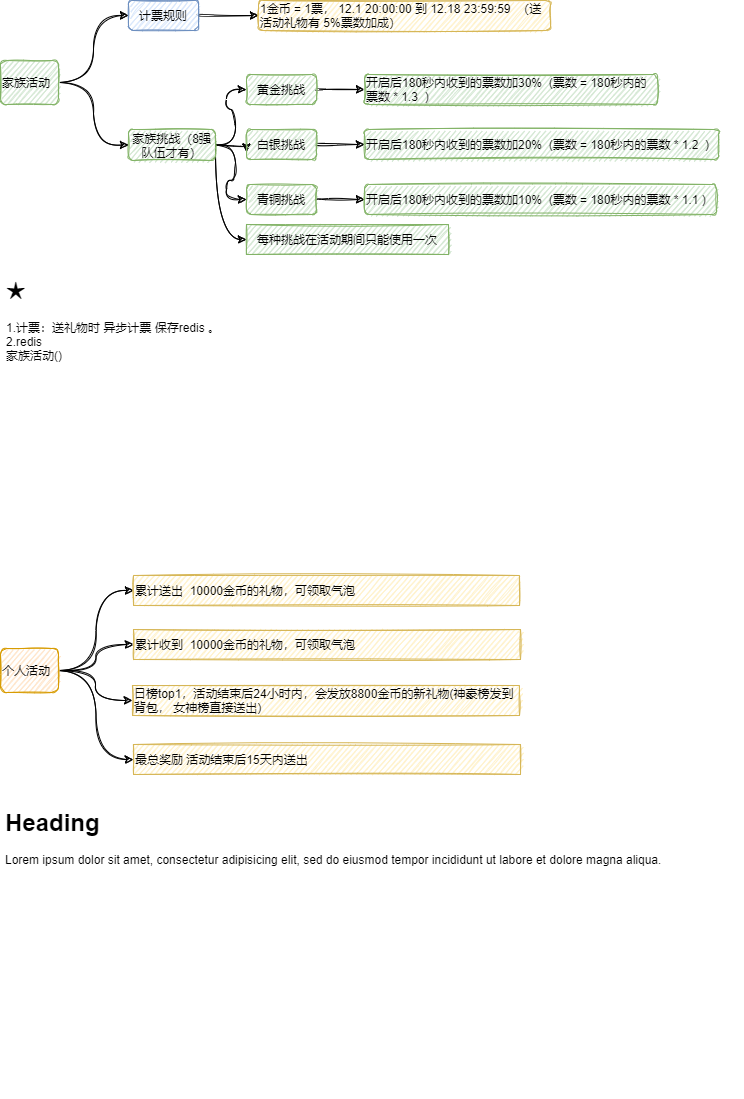
Before: 顽皮-年度活动.png, a diagram exported from draw.io (171437912/drawfiles). Source tidied: cells renumbered, new cells last; positions are measured from the earlier drawing's top-left corner, leaving out a move shared by most shapes.
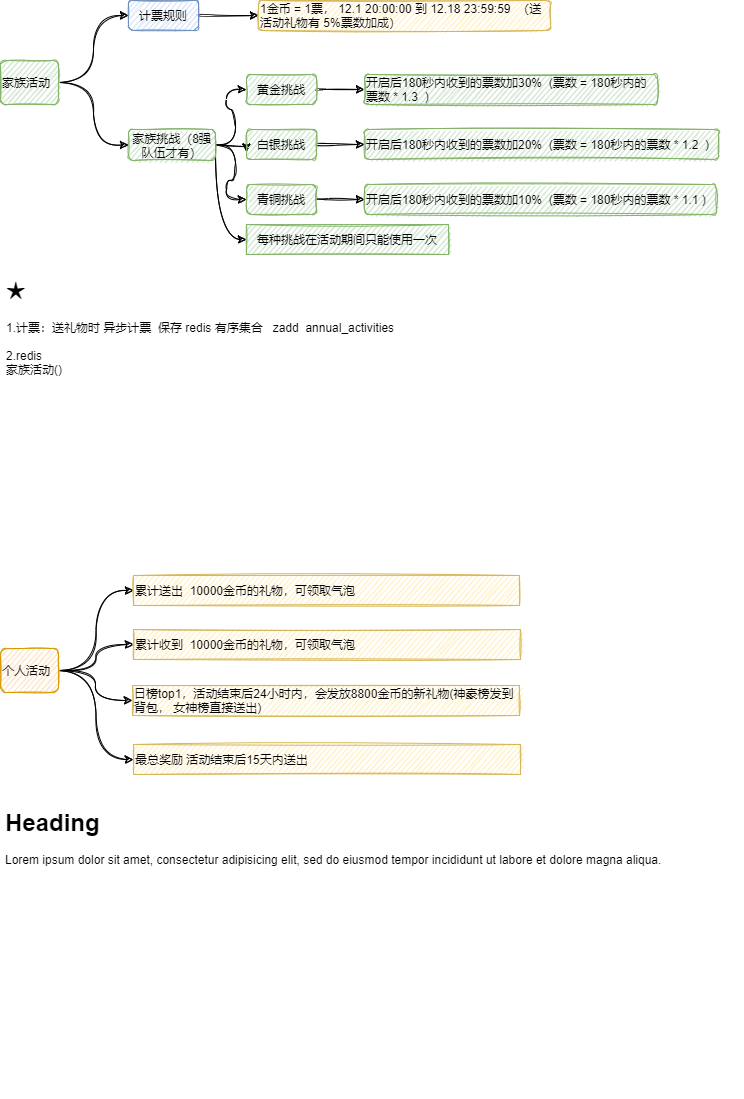
The same diagram one commit later.

Commit message:
更新顽皮-年度活动.png

What changed in the source:
```diff
@@ -96,7 +96,7 @@
     <mxCell id="31" value="最总奖励 活动结束后15天内送出" style="text;html=1;strokeColor=#d6b656;fillColor=#fff2cc;align=left;verticalAlign=middle;whiteSpace=wrap;rounded=0;sketch=1;" parent="1" vertex="1">
       <mxGeometry x="133" y="744" width="387" height="30" as="geometry" />
     </mxCell>
-    <mxCell id="32" value="&lt;h1&gt;★&lt;/h1&gt;&lt;div&gt;1.计票：送礼物时 异步计票 保存redis 。&lt;/div&gt;&lt;div&gt;2.redis&lt;br&gt;家族活动()&lt;/div&gt;" style="text;html=1;strokeColor=none;fillColor=none;spacing=5;spacingTop=-20;whiteSpace=wrap;overflow=hidden;rounded=0;sketch=1;align=left;" parent="1" vertex="1">
+    <mxCell id="32" value="&lt;h1&gt;★&lt;/h1&gt;&lt;div&gt;1.计票：送礼物时 异步计票&amp;nbsp; 保存 redis 有序集合&amp;nbsp; &amp;nbsp;zadd&amp;nbsp; a&lt;span&gt;nnual_activities&lt;/span&gt;&lt;/div&gt;&lt;div&gt;&lt;span&gt;&lt;br&gt;&lt;/span&gt;&lt;/div&gt;&lt;div&gt;2.redis&lt;br&gt;家族活动()&lt;/div&gt;" style="text;html=1;strokeColor=none;fillColor=none;spacing=5;spacingTop=-20;whiteSpace=wrap;overflow=hidden;rounded=0;sketch=1;align=left;" parent="1" vertex="1">
       <mxGeometry x="1" y="271" width="742" height="262" as="geometry" />
     </mxCell>
     <mxCell id="33" value="&lt;h1&gt;Heading&lt;/h1&gt;&lt;p&gt;Lorem ipsum dolor sit amet, consectetur adipisicing elit, sed do eiusmod tempor incididunt ut labore et dolore magna aliqua.&lt;/p&gt;" style="text;html=1;strokeColor=none;fillColor=none;spacing=5;spacingTop=-20;whiteSpace=wrap;overflow=hidden;rounded=0;sketch=1;align=left;" parent="1" vertex="1">
```
